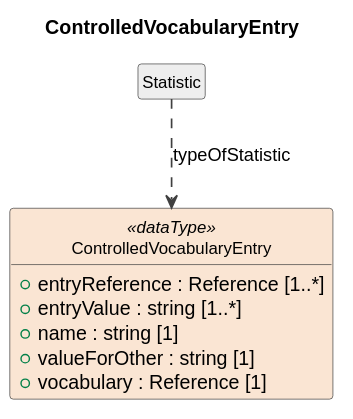
Above: build/plantuml/cdifDataDescription/DataTypes/ControlledVocabularyEntry.svg in Cross-Domain-Interoperability-Framework/metadataBuildingBlocks (PlantUML), before the change.
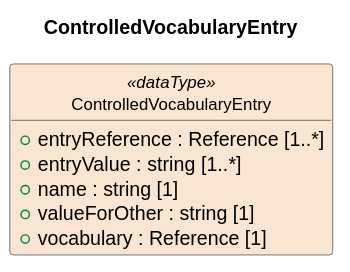
After the commit.

What changed in the source:
```diff
@@ -17,6 +17,4 @@
   +valueForOther : string [1]
   +vocabulary : Reference [1]
 }
-class "Statistic" as Statistic #EEEEEE
-Statistic ..> ControlledVocabularyEntry : typeOfStatistic
 @enduml
```
